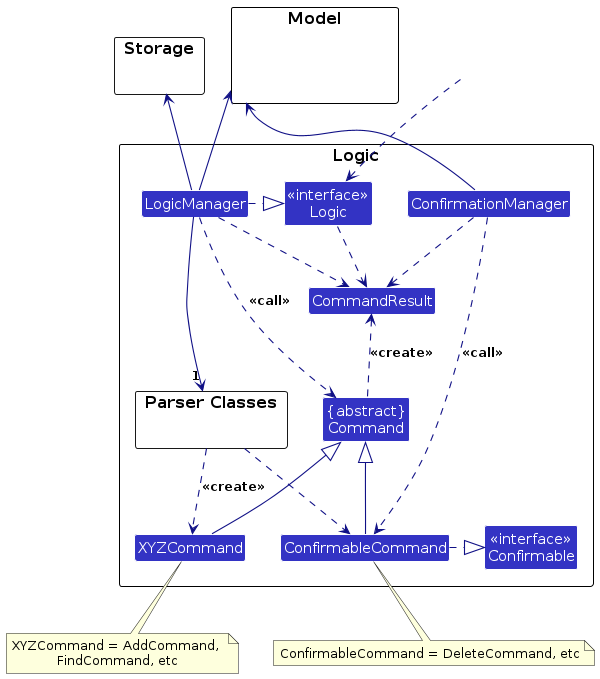
The PlantUML diagram diagrams/LogicClassDiagram.png in AY2526S1-CS2103T-F14a-4/tp, before a commit. Its source is kept beside it as diagrams/LogicClassDiagram.puml. Its diagram source:
```plantuml
@startuml
!include style.puml
skinparam arrowThickness 1.1
skinparam arrowColor LOGIC_COLOR_T4
skinparam classBackgroundColor LOGIC_COLOR

package Logic as LogicPackage {

package "Parser Classes" as ParserClasses{
}
Class XYZCommand
Class ConfirmableCommand
Class CommandResult
Class "{abstract}\nCommand" as Command


Class "<<interface>>\nLogic" as Logic
Class LogicManager

Class "<<interface>>\nConfirmable" as Confirmable
Class ConfirmationManager
}

package Model {
Class HiddenModel #FFFFFF
}

package Storage {
}

Class HiddenOutside #FFFFFF
HiddenOutside ..> Logic

LogicManager .right.|> Logic
Logic -right[hidden]- ConfirmationManager
LogicManager --->"1" ParserClasses
ParserClasses ..> XYZCommand : <<create>>
ParserClasses ..> ConfirmableCommand

XYZCommand -up-|> Command
XYZCommand -right[hidden]- ConfirmableCommand
ConfirmableCommand -up|> Command
ConfirmableCommand .right.|> Confirmable
LogicManager ..> Command : <<call>>

ConfirmationManager -up-> Model
LogicManager -up-> Model
LogicManager -up-> Storage
Storage -right[hidden]- Model
note bottom of XYZCommand: XYZCommand = AddCommand, \nFindCommand, etc
note bottom of ConfirmableCommand: ConfirmableCommand = DeleteCommand, etc

Logic ..> CommandResult
LogicManager ..> CommandResult
ConfirmationManager ..> CommandResult
Command .up.> CommandResult : <<create>>

ConfirmationManager ..> ConfirmableCommand : <<call>>

@enduml
```
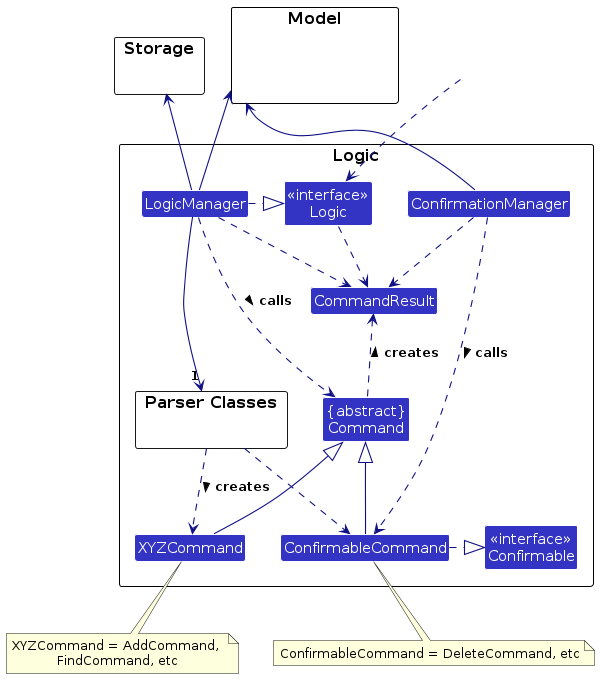
The same diagram one commit later.

Change to the diagram source:
```diff
@@ -34,14 +34,14 @@
 LogicManager .right.|> Logic
 Logic -right[hidden]- ConfirmationManager
 LogicManager --->"1" ParserClasses
-ParserClasses ..> XYZCommand : <<create>>
+ParserClasses ..> XYZCommand : > creates
 ParserClasses ..> ConfirmableCommand
 
 XYZCommand -up-|> Command
 XYZCommand -right[hidden]- ConfirmableCommand
 ConfirmableCommand -up|> Command
 ConfirmableCommand .right.|> Confirmable
-LogicManager ..> Command : <<call>>
+LogicManager ..> Command : > calls
 
 ConfirmationManager -up-> Model
 LogicManager -up-> Model
@@ -53,8 +53,8 @@
 Logic ..> CommandResult
 LogicManager ..> CommandResult
 ConfirmationManager ..> CommandResult
-Command .up.> CommandResult : <<create>>
+Command .up.> CommandResult : > creates
 
-ConfirmationManager ..> ConfirmableCommand : <<call>>
+ConfirmationManager ..> ConfirmableCommand : > calls
 
 @enduml
```
